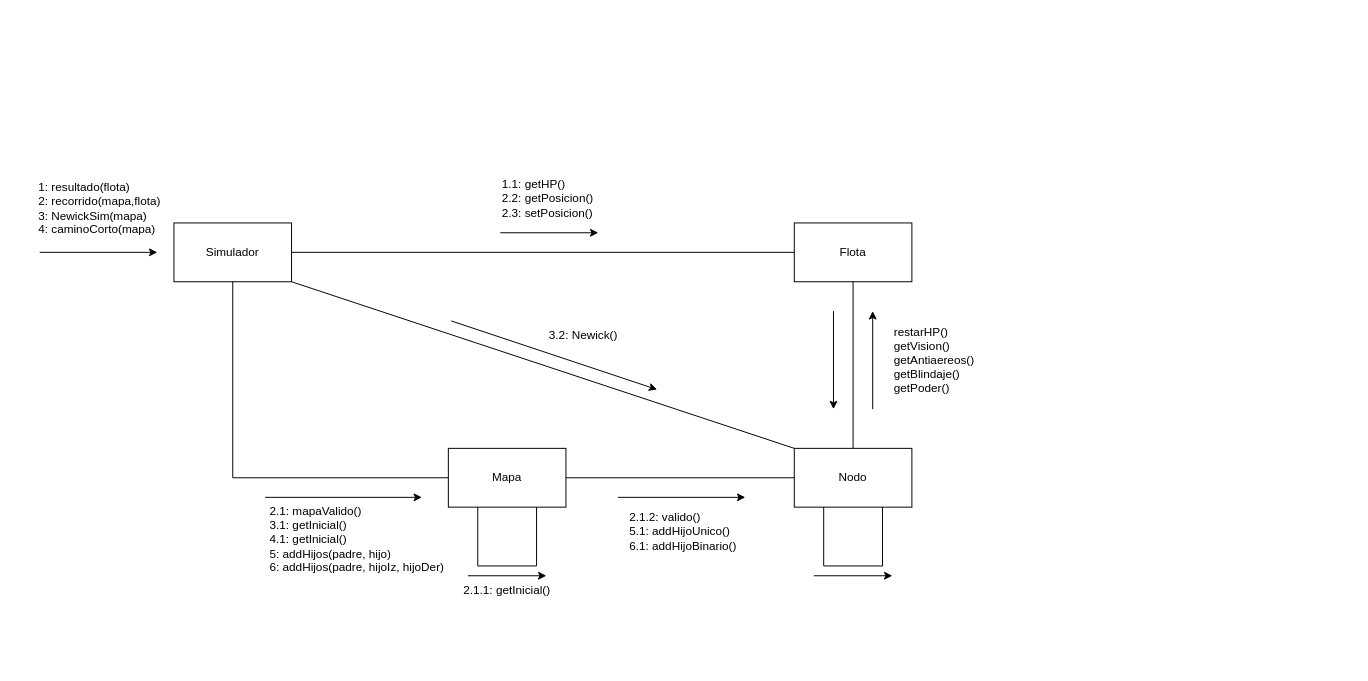
The draw.io diagram ej2diagramacomunicacion.drawio in paulacarril/diagramas, before the edit. Source tidied: cells renumbered, new cells numbered last; positions are measured from the earlier drawing's top-left corner, leaving out a move shared by most shapes. Both pictures are drawn from the tidied source at 98%, with x=0, y=0 at pixel (36, 173).
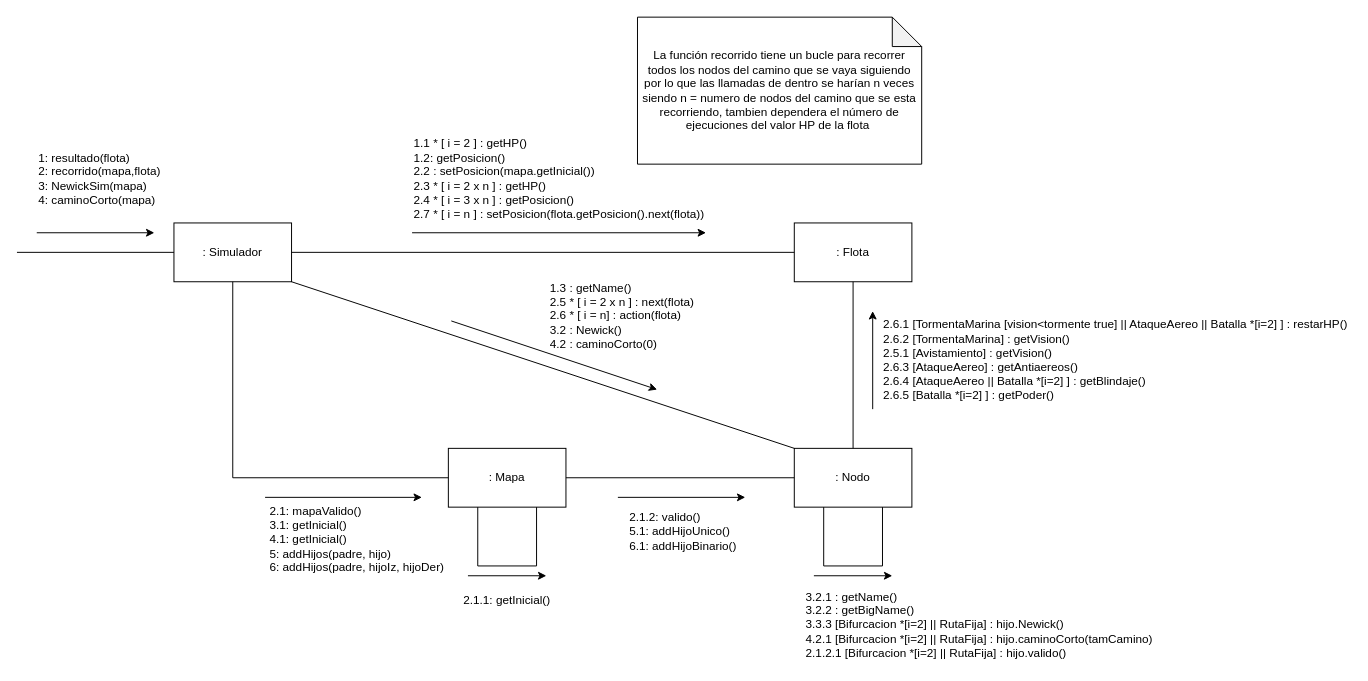
The same diagram, later.

The edit, as a diff of the source:
```diff
@@
-    <mxCell id="2" value="Simulador" style="rounded=0;whiteSpace=wrap;html=1;" parent="1" vertex="1">
+    <mxCell id="2" value=": Simulador" style="rounded=0;whiteSpace=wrap;html=1;" parent="1" vertex="1">
       <mxGeometry x="140" y="50" width="120" height="60" as="geometry" />
     </mxCell>
-    <mxCell id="3" value="Flota" style="rounded=0;whiteSpace=wrap;html=1;" parent="1" vertex="1">
+    <mxCell id="3" value=": Flota" style="rounded=0;whiteSpace=wrap;html=1;" parent="1" vertex="1">
       <mxGeometry x="773" y="50" width="120" height="60" as="geometry" />
     </mxCell>
-    <mxCell id="4" value="Nodo" style="rounded=0;whiteSpace=wrap;html=1;" parent="1" vertex="1">
+    <mxCell id="4" value=": Nodo" style="rounded=0;whiteSpace=wrap;html=1;" parent="1" vertex="1">
       <mxGeometry x="773" y="280" width="120" height="60" as="geometry" />
     </mxCell>
-    <mxCell id="5" value="Mapa" style="rounded=0;whiteSpace=wrap;html=1;" parent="1" vertex="1">
+    <mxCell id="5" value=": Mapa" style="rounded=0;whiteSpace=wrap;html=1;" parent="1" vertex="1">
       <mxGeometry x="420" y="280" width="120" height="60" as="geometry" />
     </mxCell>
@@
     <mxCell id="8" style="endArrow=classic;html=1;rounded=0;" parent="1" edge="1">
       <mxGeometry relative="1" as="geometry">
-        <mxPoint x="3" y="80" as="sourcePoint" />
-        <mxPoint x="123" y="80" as="targetPoint" />
+        <mxPoint y="60" as="sourcePoint" />
+        <mxPoint x="120" y="60" as="targetPoint" />
       </mxGeometry>
     </mxCell>
     <mxCell id="9" value="1: resultado(flota)&lt;br&gt;2: recorrido(mapa,flota)&lt;br&gt;3: NewickSim(mapa)&lt;br&gt;&lt;div style=&quot;&quot;&gt;&lt;span style=&quot;background-color: initial;&quot;&gt;4: caminoCorto(mapa)&lt;/span&gt;&lt;/div&gt;" style="text;html=1;strokeColor=none;fillColor=none;align=left;verticalAlign=middle;whiteSpace=wrap;rounded=0;" parent="1" vertex="1">
-      <mxGeometry width="140" height="70" as="geometry" />
+      <mxGeometry y="-30" width="140" height="70" as="geometry" />
     </mxCell>
-    <mxCell id="10" value="1.1: getHP()&lt;br&gt;2.2: getPosicion()&lt;br&gt;2.3: setPosicion()" style="text;html=1;strokeColor=none;fillColor=none;align=left;verticalAlign=middle;whiteSpace=wrap;rounded=0;" parent="1" vertex="1">
-      <mxGeometry x="473" width="103" height="50" as="geometry" />
+    <mxCell id="10" value="1.1 * [ i = 2 ] : getHP()&lt;br&gt;1.2: getPosicion()&lt;br&gt;2.2 : setPosicion(mapa.getInicial())&lt;br&gt;2.3 * [ i = 2 x n ] : getHP()&lt;br&gt;2.4 * [ i = 3 x n ] :&amp;nbsp;getPosicion()&lt;br&gt;2.7 * [ i = n ] : setPosicion(flota.getPosicion().next(flota)&lt;span style=&quot;background-color: initial;&quot;&gt;)&amp;nbsp;&lt;/span&gt;" style="text;html=1;strokeColor=none;fillColor=none;align=left;verticalAlign=middle;whiteSpace=wrap;rounded=0;" parent="1" vertex="1">
+      <mxGeometry x="383" y="-60" width="460" height="130" as="geometry" />
     </mxCell>
-    <mxCell id="11" style="endArrow=classic;html=1;rounded=0;" parent="1" edge="1">
+    <mxCell id="11" style="endArrow=classic;html=1;rounded=0;entryX=0.641;entryY=0.923;entryDx=0;entryDy=0;entryPerimeter=0;" parent="1" edge="1">
       <mxGeometry relative="1" as="geometry">
-        <mxPoint x="473" y="60" as="sourcePoint" />
-        <mxPoint x="573" y="60" as="targetPoint" />
+        <mxPoint x="383" y="60" as="sourcePoint" />
+        <mxPoint x="682.9" y="60" as="targetPoint" />
       </mxGeometry>
     </mxCell>
@@
     <mxCell id="19" value="2.1.1: getInicial()" style="text;html=1;strokeColor=none;fillColor=none;align=center;verticalAlign=middle;whiteSpace=wrap;rounded=0;" parent="1" vertex="1">
-      <mxGeometry x="415" y="410" width="130" height="30" as="geometry" />
+      <mxGeometry x="415" y="420" width="130" height="30" as="geometry" />
     </mxCell>
@@
-    <mxCell id="22" style="endArrow=classic;html=1;rounded=0;" parent="1" edge="1">
-      <mxGeometry relative="1" as="geometry">
-        <mxPoint x="813" y="140" as="sourcePoint" />
-        <mxPoint x="813" y="240" as="targetPoint" />
-      </mxGeometry>
-    </mxCell>
@@
-    <mxCell id="29" value="restarHP()&lt;br&gt;getVision()&lt;br&gt;getAntiaereos()&lt;br&gt;getBlindaje()&lt;br&gt;getPoder()" style="text;html=1;strokeColor=none;fillColor=none;align=left;verticalAlign=middle;whiteSpace=wrap;rounded=0;" parent="1" vertex="1">
-      <mxGeometry x="873" y="140" width="160" height="100" as="geometry" />
+    <mxCell id="29" value="2.6.1 [TormentaMarina [vision&amp;lt;tormente true] || AtaqueAereo || Batalla *[i=2] ] : restarHP()&lt;br&gt;2.6.2 [TormentaMarina] : getVision()&lt;br&gt;2.5.1 [Avistamiento] : getVision()&lt;br&gt;2.6.3 [AtaqueAereo] : getAntiaereos()&lt;br&gt;2.6.4 [AtaqueAereo || Batalla *[i=2] ] : getBlindaje()&lt;br&gt;2.6.5 [Batalla *[i=2] ] : getPoder()" style="text;html=1;strokeColor=none;fillColor=none;align=left;verticalAlign=middle;whiteSpace=wrap;rounded=0;" parent="1" vertex="1">
+      <mxGeometry x="862" y="140" width="479" height="100" as="geometry" />
     </mxCell>
@@
-    <mxCell id="32" value="3.2: Newick()" style="text;html=1;strokeColor=none;fillColor=none;align=center;verticalAlign=middle;whiteSpace=wrap;rounded=0;" parent="1" vertex="1">
-      <mxGeometry x="503" y="150" width="110" height="30" as="geometry" />
+    <mxCell id="32" value="1.3 : getName()&lt;br&gt;2.5 * [&amp;nbsp;i = 2 x n ]&amp;nbsp;: next(flota)&lt;br&gt;2.6 * [ i = n] : action(flota)&lt;br&gt;3.2 : Newick()&lt;br&gt;4.2 : caminoCorto(0)" style="text;html=1;strokeColor=none;fillColor=none;align=left;verticalAlign=middle;whiteSpace=wrap;rounded=0;rotation=0;" parent="1" vertex="1">
+      <mxGeometry x="522" y="110" width="150" height="70" as="geometry" />
     </mxCell>
+    <mxCell id="33" style="endArrow=none;html=1;rounded=0;entryX=0;entryY=0.5;entryDx=0;entryDy=0;" parent="1" edge="1" target="2">
+      <mxGeometry relative="1" as="geometry">
+        <mxPoint x="-20.2" y="80" as="sourcePoint" />
+      </mxGeometry>
+    </mxCell>
+    <mxCell id="34" value="3.2.1 : getName()&lt;br&gt;3.2.2 : getBigName()&lt;br&gt;3.3.3 [Bifurcacion *[i=2] || RutaFija] : hijo.Newick()&lt;br&gt;4.2.1 [Bifurcacion *[i=2] || RutaFija] : hijo.caminoCorto(tamCamino)&lt;br&gt;2.1.2.1 [Bifurcacion *[i=2] || RutaFija] : hijo.valido()&amp;nbsp;" style="text;html=1;strokeColor=none;fillColor=none;align=left;verticalAlign=middle;whiteSpace=wrap;rounded=0;" parent="1" vertex="1">
+      <mxGeometry x="783" y="420" width="410" height="80" as="geometry" />
+    </mxCell>
+    <mxCell id="35" value="&lt;div style=&quot;&quot;&gt;&lt;span style=&quot;background-color: initial;&quot;&gt;La función recorrido tiene un bucle para recorrer todos los nodos del camino que se vaya siguiendo por lo que las llamadas de dentro se harían n veces siendo n = numero de nodos del camino que se esta recorriendo, tambien dependera el número de ejecuciones del valor HP de la flota&amp;nbsp;&lt;/span&gt;&lt;/div&gt;" style="shape=note;whiteSpace=wrap;html=1;backgroundOutline=1;darkOpacity=0.05;align=center;" parent="1" vertex="1">
+      <mxGeometry x="613" y="-160" width="290" height="150" as="geometry" />
+    </mxCell>
```
